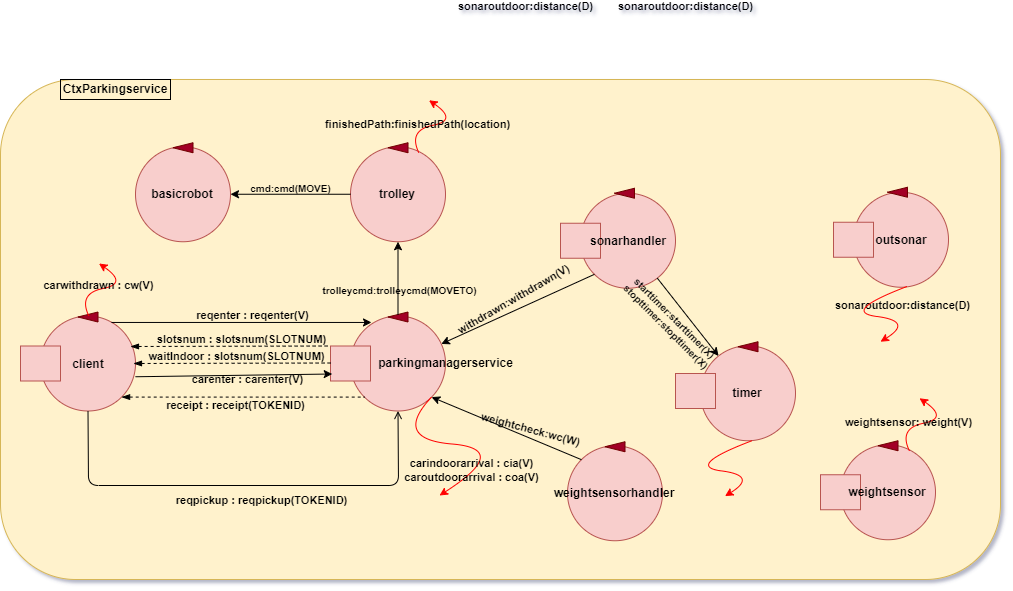
This is Iss-Project-Sprint1/Sprint1/userDocs/Sprint1/img/logicalArchitecture.png from dbattaglia97/Iss_Project_2021, a draw.io export, as it was before one commit. Source tidied: cells renumbered, new cells last; positions are measured from the earlier drawing's top-left corner, leaving out a move shared by most shapes.
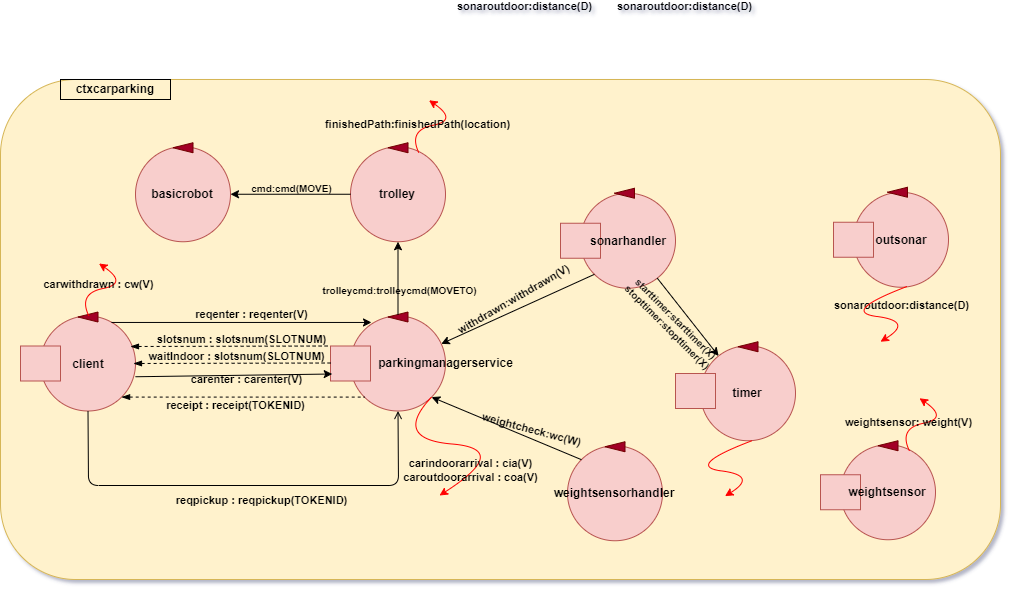
After the change.

What changed in the source:
```diff
@@ -5,7 +5,7 @@
     <mxCell id="2" style="rounded=1;whiteSpace=wrap;html=1;fillColor=#fff2cc;strokeColor=#d6b656;" parent="1" vertex="1">
       <mxGeometry width="1000" height="500" as="geometry" />
     </mxCell>
-    <mxCell id="3" value="&lt;font color=&quot;#000000&quot;&gt;&lt;b&gt;CtxParkingservice&lt;/b&gt;&lt;/font&gt;" style="text;html=1;align=center;verticalAlign=middle;whiteSpace=wrap;rounded=0;strokeColor=#000000;" parent="1" vertex="1">
+    <mxCell id="3" value="&lt;b&gt;ctxcarparking&lt;/b&gt;" style="text;html=1;align=center;verticalAlign=middle;whiteSpace=wrap;rounded=0;strokeColor=#000000;" parent="1" vertex="1">
       <mxGeometry x="60" width="110" height="20" as="geometry" />
     </mxCell>
     <mxCell id="4" style="ellipse;whiteSpace=wrap;html=1;fillColor=#f8cecc;strokeColor=#b85450;" parent="1" vertex="1">
```
